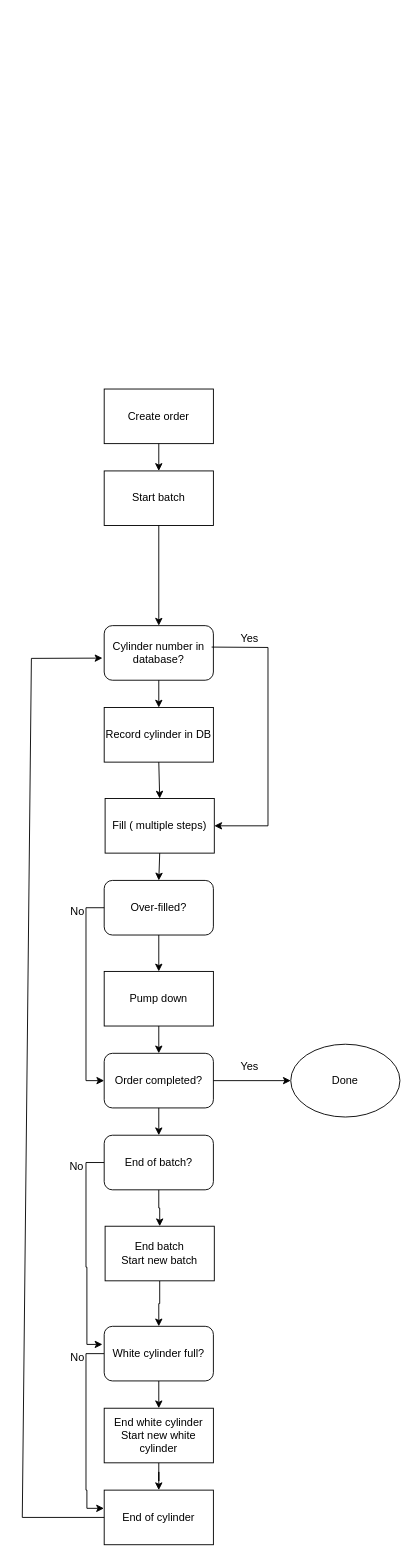
F2Chem/gas-packing keeps this draw.io diagram as Untitled Diagram.drawio. Above is the earlier version. Source tidied: cells renumbered, new cells numbered last; positions are measured from the earlier drawing's top-left corner, leaving out a move shared by most shapes. Both pictures are drawn from the tidied source at 91%, with x=0, y=0 at pixel (22, 389).
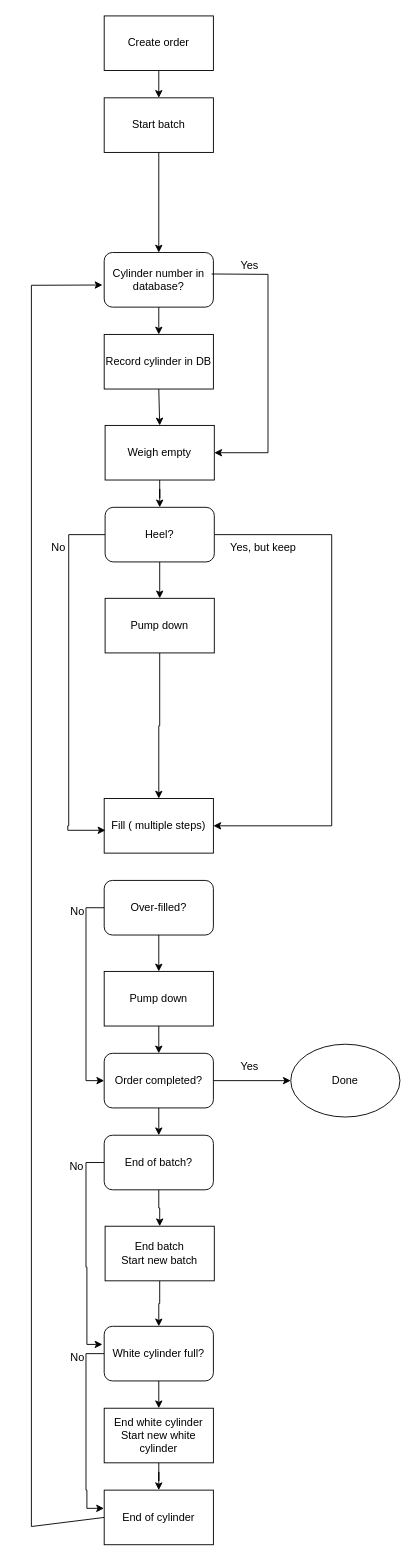
After the change.

The change refers to these unchanged cells:
```xml
<mxCell id="12" value="Over-filled?" style="rounded=1;whiteSpace=wrap;html=1;" parent="1" vertex="1">
  <mxGeometry x="90" y="540" width="120" height="60" as="geometry" />
</mxCell>
<mxCell id="35" value="End of cylinder" style="rounded=0;whiteSpace=wrap;html=1;" parent="1" vertex="1">
  <mxGeometry x="90" y="1210" width="120" height="60" as="geometry" />
</mxCell>
```

Change to the diagram source:
```diff
@@
     <mxCell id="2" value="Create order" style="rounded=0;whiteSpace=wrap;html=1;" parent="1" vertex="1">
-      <mxGeometry x="90" width="120" height="60" as="geometry" />
+      <mxGeometry x="90" y="-410" width="120" height="60" as="geometry" />
     </mxCell>
     <mxCell id="3" value="Start batch" style="rounded=0;whiteSpace=wrap;html=1;" parent="1" vertex="1">
-      <mxGeometry x="90" y="90" width="120" height="60" as="geometry" />
+      <mxGeometry x="90" y="-320" width="120" height="60" as="geometry" />
     </mxCell>
     <mxCell id="4" value="Cylinder number in database?" style="rounded=1;whiteSpace=wrap;html=1;" parent="1" vertex="1">
-      <mxGeometry x="90" y="260" width="120" height="60" as="geometry" />
+      <mxGeometry x="90" y="-150" width="120" height="60" as="geometry" />
     </mxCell>
@@
     <mxCell id="6" style="endArrow=classic;html=1;rounded=0;entryX=0.5;entryY=0;entryDx=0;entryDy=0;" parent="1" edge="1" target="3">
       <mxGeometry relative="1" as="geometry">
-        <mxPoint x="150" y="60" as="sourcePoint" />
+        <mxPoint x="150" y="-350" as="sourcePoint" />
       </mxGeometry>
     </mxCell>
     <mxCell id="7" value="Record cylinder in DB" style="rounded=0;whiteSpace=wrap;html=1;" parent="1" vertex="1">
-      <mxGeometry x="90" y="350" width="120" height="60" as="geometry" />
+      <mxGeometry x="90" y="-60" width="120" height="60" as="geometry" />
     </mxCell>
+    <mxCell id="39" style="edgeStyle=orthogonalEdgeStyle;rounded=0;jettySize=auto;html=1;entryX=0.5;entryY=0;entryDx=0;entryDy=0;" parent="1" edge="1" source="8" target="44">
+      <mxGeometry relative="1" as="geometry" />
+    </mxCell>
-    <mxCell id="8" value="Fill ( multiple steps)" style="rounded=0;whiteSpace=wrap;html=1;" parent="1" vertex="1">
-      <mxGeometry x="91" y="450" width="120" height="60" as="geometry" />
+    <mxCell id="8" value="Weigh empty" style="rounded=0;whiteSpace=wrap;html=1;" parent="1" vertex="1">
+      <mxGeometry x="91" y="40" width="120" height="60" as="geometry" />
     </mxCell>
@@
     <mxCell id="10" style="endArrow=classic;html=1;rounded=0;entryX=0.5;entryY=0;entryDx=0;entryDy=0;" parent="1" edge="1" target="8">
       <mxGeometry relative="1" as="geometry">
-        <mxPoint x="150" y="410" as="sourcePoint" />
+        <mxPoint x="150" as="sourcePoint" />
       </mxGeometry>
     </mxCell>
     <mxCell id="11" style="endArrow=classic;html=1;rounded=0;exitX=0.984;exitY=0.393;exitDx=0;exitDy=0;exitPerimeter=0;entryX=1;entryY=0.5;entryDx=0;entryDy=0;" parent="1" edge="1" source="4" target="8">
       <mxGeometry relative="1" as="geometry">
         <Array as="points">
-          <mxPoint x="270" y="284" />
-          <mxPoint x="270" y="480" />
+          <mxPoint x="270" y="-126" />
+          <mxPoint x="270" y="70" />
         </Array>
       </mxGeometry>
     </mxCell>
@@
-    <mxCell id="13" style="endArrow=classic;html=1;rounded=0;exitX=0.5;exitY=1;exitDx=0;exitDy=0;entryX=0.5;entryY=0;entryDx=0;entryDy=0;" parent="1" edge="1" source="8" target="12">
-      <mxGeometry relative="1" as="geometry" />
-    </mxCell>
@@
     <mxCell id="27" value="Yes" style="text;html=1;align=center;verticalAlign=middle;whiteSpace=wrap;rounded=0;" parent="1" vertex="1">
-      <mxGeometry x="220" y="260" width="60" height="30" as="geometry" />
+      <mxGeometry x="220" y="-150" width="60" height="30" as="geometry" />
     </mxCell>
@@
     <mxCell id="36" style="endArrow=classic;html=1;rounded=0;entryX=-0.016;entryY=0.595;entryDx=0;entryDy=0;entryPerimeter=0;exitX=0;exitY=0.5;exitDx=0;exitDy=0;" parent="1" edge="1" source="35" target="4">
       <mxGeometry relative="1" as="geometry">
         <Array as="points">
-          <mxPoint y="1240" />
-          <mxPoint x="10" y="296" />
+          <mxPoint x="10" y="1250" />
+          <mxPoint x="10" y="-114" />
         </Array>
       </mxGeometry>
     </mxCell>
@@
+    <mxCell id="40" value="Fill ( multiple steps)" style="rounded=0;whiteSpace=wrap;html=1;" parent="1" vertex="1">
+      <mxGeometry x="90" y="450" width="120" height="60" as="geometry" />
+    </mxCell>
+    <mxCell id="41" style="edgeStyle=orthogonalEdgeStyle;rounded=0;jettySize=auto;html=1;entryX=0.011;entryY=0.582;entryDx=0;entryDy=0;entryPerimeter=0;" parent="1" edge="1" source="44" target="40">
+      <mxGeometry relative="1" as="geometry">
+        <Array as="points">
+          <mxPoint x="51" y="160" />
+          <mxPoint x="51" y="480" />
+          <mxPoint x="50" y="480" />
+          <mxPoint x="50" y="485" />
+        </Array>
+      </mxGeometry>
+    </mxCell>
+    <mxCell id="42" style="edgeStyle=orthogonalEdgeStyle;rounded=0;jettySize=auto;html=1;entryX=1;entryY=0.5;entryDx=0;entryDy=0;exitX=1;exitY=0.5;exitDx=0;exitDy=0;" parent="1" edge="1" source="44" target="40">
+      <mxGeometry relative="1" as="geometry">
+        <Array as="points">
+          <mxPoint x="340" y="160" />
+          <mxPoint x="340" y="480" />
+        </Array>
+      </mxGeometry>
+    </mxCell>
+    <mxCell id="43" style="edgeStyle=orthogonalEdgeStyle;rounded=0;jettySize=auto;html=1;entryX=0.5;entryY=0;entryDx=0;entryDy=0;" parent="1" edge="1" source="44" target="46">
+      <mxGeometry relative="1" as="geometry" />
+    </mxCell>
+    <mxCell id="44" value="Heel?" style="rounded=1;whiteSpace=wrap;html=1;" parent="1" vertex="1">
+      <mxGeometry x="91" y="130" width="120" height="60" as="geometry" />
+    </mxCell>
+    <mxCell id="45" style="edgeStyle=orthogonalEdgeStyle;rounded=0;jettySize=auto;html=1;" parent="1" edge="1" source="46" target="40">
+      <mxGeometry relative="1" as="geometry" />
+    </mxCell>
+    <mxCell id="46" value="Pump down" style="rounded=0;whiteSpace=wrap;html=1;" parent="1" vertex="1">
+      <mxGeometry x="91" y="230" width="120" height="60" as="geometry" />
+    </mxCell>
+    <mxCell id="47" value="No" style="text;html=1;align=center;verticalAlign=middle;whiteSpace=wrap;rounded=0;" parent="1" vertex="1">
+      <mxGeometry x="10" y="160" width="60" height="30" as="geometry" />
+    </mxCell>
+    <mxCell id="48" value="Yes, but keep" style="text;html=1;align=center;verticalAlign=middle;whiteSpace=wrap;rounded=0;" parent="1" vertex="1">
+      <mxGeometry x="220" y="160" width="90" height="30" as="geometry" />
+    </mxCell>
```
